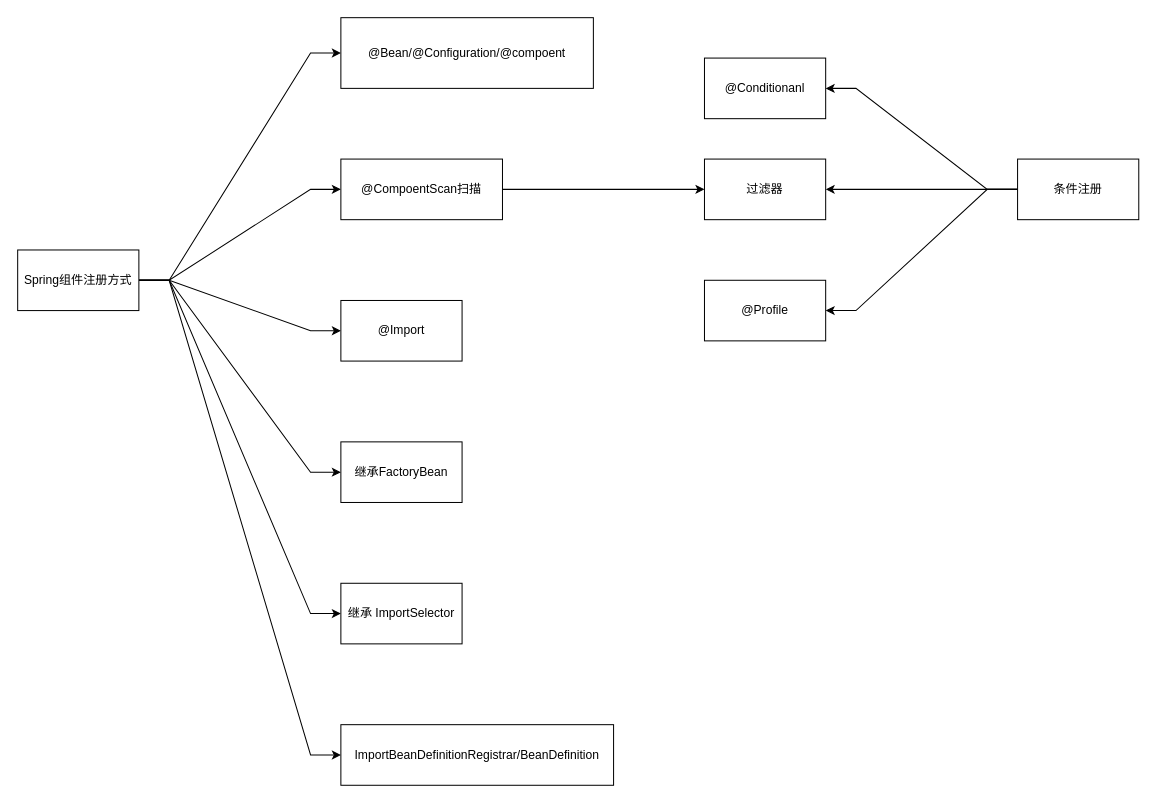
Above: page "组件注册方法" (2 of 5) of spring.drawio in zhfk/drawo.io.mydiagrams (draw.io), before the change. Source tidied: cells renumbered, new cells numbered last; positions are measured from the earlier drawing's top-left corner, leaving out a move shared by most shapes. Both pictures are drawn from the tidied source at 101%, with x=0, y=0 at pixel (17, 17).
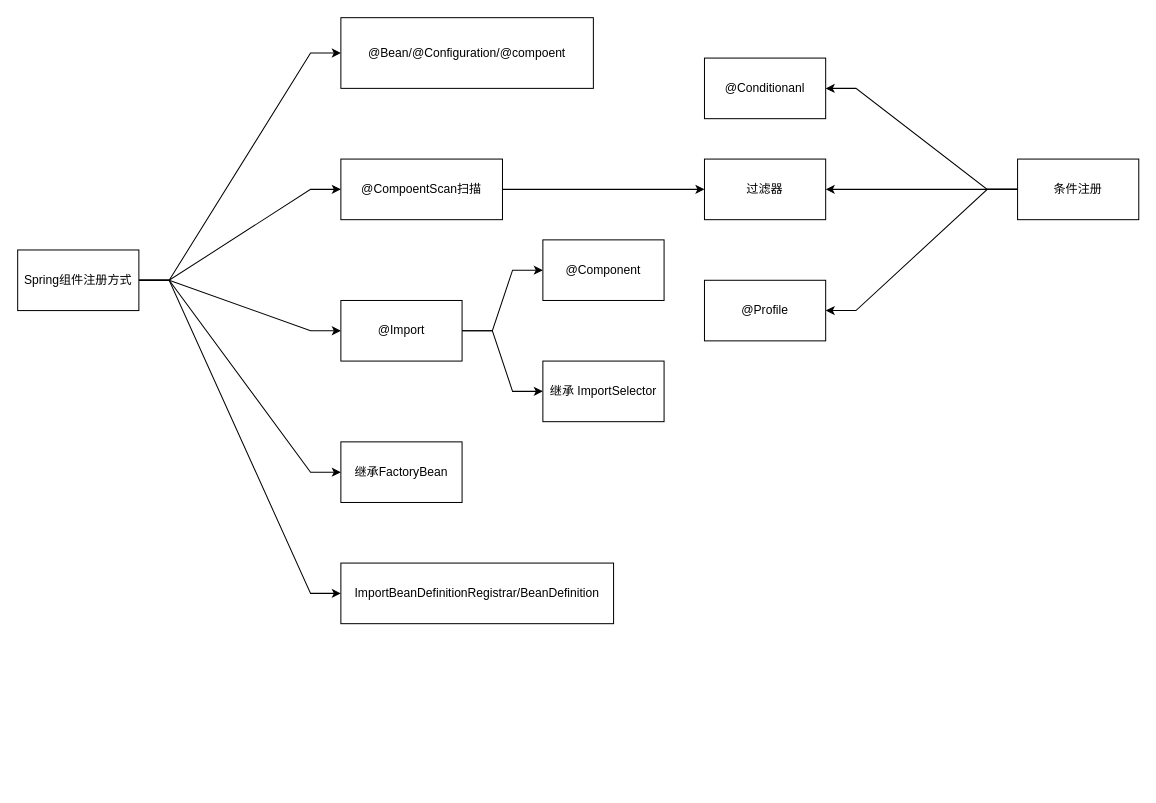
The same page after the edit.

The change refers to these unchanged cells:
```xml
<mxCell id="8" value="Spring组件注册方式" style="rounded=0;whiteSpace=wrap;html=1;" parent="1" vertex="1">
  <mxGeometry y="230" width="120" height="60" as="geometry" />
</mxCell>
<mxCell id="12" value="@Import" style="whiteSpace=wrap;html=1;rounded=0;" parent="1" vertex="1">
  <mxGeometry x="320" y="280" width="120" height="60" as="geometry" />
</mxCell>
```

What changed in the source:
```diff
@@
-    <mxCell id="6" style="edgeStyle=entityRelationEdgeStyle;rounded=0;jettySize=auto;html=1;exitX=1;exitY=0.5;exitDx=0;exitDy=0;" parent="1" edge="1" source="8" target="14">
-      <mxGeometry relative="1" as="geometry" />
-    </mxCell>
@@
+    <mxCell id="23" style="edgeStyle=entityRelationEdgeStyle;rounded=0;jettySize=auto;html=1;" parent="1" edge="1" source="12" target="25">
+      <mxGeometry relative="1" as="geometry" />
+    </mxCell>
+    <mxCell id="24" style="edgeStyle=entityRelationEdgeStyle;rounded=0;jettySize=auto;html=1;exitX=1;exitY=0.5;exitDx=0;exitDy=0;entryX=0;entryY=0.5;entryDx=0;entryDy=0;" parent="1" edge="1" source="12" target="14">
+      <mxGeometry relative="1" as="geometry" />
+    </mxCell>
@@
     <mxCell id="14" value="继承 ImportSelector&lt;br&gt;" style="whiteSpace=wrap;html=1;rounded=0;" parent="1" vertex="1">
-      <mxGeometry x="320" y="560" width="120" height="60" as="geometry" />
+      <mxGeometry x="520" y="340" width="120" height="60" as="geometry" />
     </mxCell>
     <mxCell id="15" value="ImportBeanDefinitionRegistrar/BeanDefinition" style="whiteSpace=wrap;html=1;rounded=0;" parent="1" vertex="1">
-      <mxGeometry x="320" y="700" width="270" height="60" as="geometry" />
+      <mxGeometry x="320" y="540" width="270" height="60" as="geometry" />
     </mxCell>
@@
+    <mxCell id="25" value="@Component" style="whiteSpace=wrap;html=1;rounded=0;" parent="1" vertex="1">
+      <mxGeometry x="520" y="220" width="120" height="60" as="geometry" />
+    </mxCell>
```
